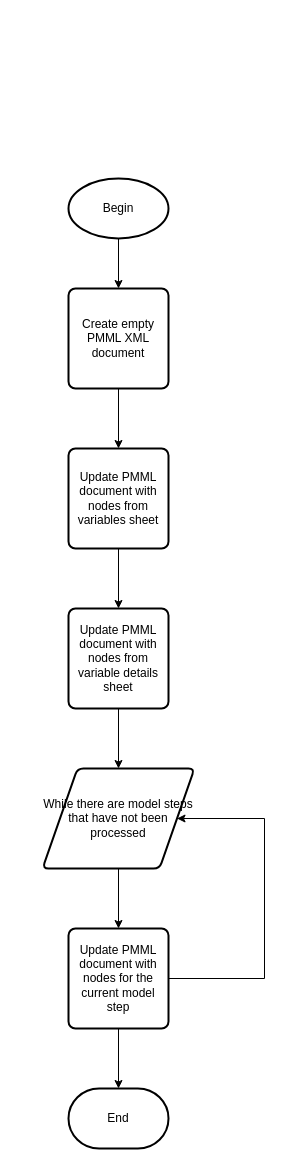
This is assets/specs/model-csv-to-pmml/basic-process.drawio from Big-Life-Lab/bllflow, a draw.io file, before an edit. Source tidied: cells renumbered, new cells numbered last; positions are measured from the earlier drawing's top-left corner, leaving out a move shared by most shapes. Both pictures are drawn from the tidied source at 100%, with x=0, y=0 at pixel (42, 178).
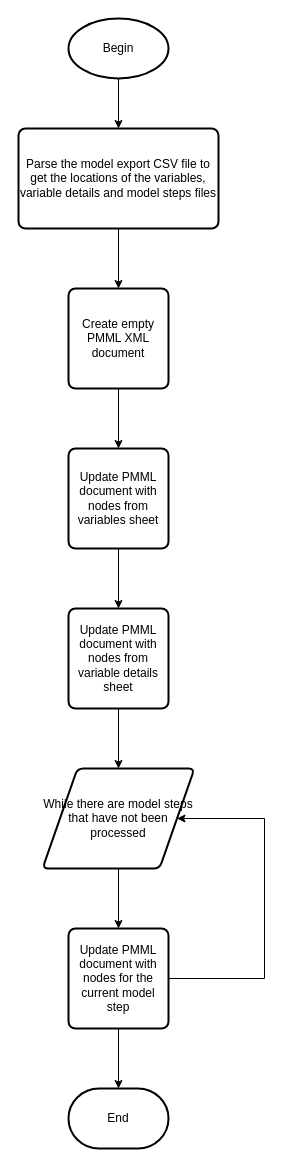
Above is the later version.

What changed in the source:
```diff
@@
 <mxGraphModel>
   <root>
     <mxCell id="0" />
     <mxCell id="1" parent="0" />
-    <mxCell id="2" style="edgeStyle=orthogonalEdgeStyle;rounded=0;jettySize=auto;html=1;" parent="1" edge="1" source="3" target="5">
-      <mxGeometry relative="1" as="geometry" />
-    </mxCell>
+    <mxCell id="16" style="edgeStyle=orthogonalEdgeStyle;rounded=0;jettySize=auto;html=1;" parent="1" edge="1" source="3" target="18">
+      <mxGeometry relative="1" as="geometry" />
+    </mxCell>
     <mxCell id="3" value="Begin" style="strokeWidth=2;html=1;shape=mxgraph.flowchart.start_1;whiteSpace=wrap;" parent="1" vertex="1">
-      <mxGeometry x="26" width="100" height="60" as="geometry" />
+      <mxGeometry x="26" y="-160" width="100" height="60" as="geometry" />
     </mxCell>
     <mxCell id="4" style="edgeStyle=orthogonalEdgeStyle;rounded=0;jettySize=auto;html=1;" parent="1" edge="1" source="5" target="7">
       <mxGeometry relative="1" as="geometry" />
     </mxCell>
     <mxCell id="5" value="Create empty PMML XML document" style="rounded=1;whiteSpace=wrap;html=1;absoluteArcSize=1;arcSize=14;strokeWidth=2;" parent="1" vertex="1">
       <mxGeometry x="26" y="110" width="100" height="100" as="geometry" />
     </mxCell>
     <mxCell id="6" style="edgeStyle=orthogonalEdgeStyle;rounded=0;jettySize=auto;html=1;" parent="1" edge="1" source="7" target="9">
       <mxGeometry relative="1" as="geometry" />
     </mxCell>
     <mxCell id="7" value="Update PMML document with nodes from variables sheet" style="rounded=1;whiteSpace=wrap;html=1;absoluteArcSize=1;arcSize=14;strokeWidth=2;" parent="1" vertex="1">
       <mxGeometry x="26" y="270" width="100" height="100" as="geometry" />
     </mxCell>
     <mxCell id="8" style="edgeStyle=orthogonalEdgeStyle;rounded=0;jettySize=auto;html=1;" parent="1" edge="1" source="9" target="11">
       <mxGeometry relative="1" as="geometry" />
     </mxCell>
     <mxCell id="9" value="Update PMML document with nodes from variable details sheet" style="rounded=1;whiteSpace=wrap;html=1;absoluteArcSize=1;arcSize=14;strokeWidth=2;" parent="1" vertex="1">
       <mxGeometry x="26" y="430" width="100" height="100" as="geometry" />
     </mxCell>
     <mxCell id="10" style="edgeStyle=orthogonalEdgeStyle;rounded=0;jettySize=auto;html=1;" parent="1" edge="1" source="11" target="14">
       <mxGeometry relative="1" as="geometry" />
     </mxCell>
     <mxCell id="11" value="While there are model steps that have not been processed" style="shape=parallelogram;html=1;strokeWidth=2;perimeter=parallelogramPerimeter;whiteSpace=wrap;rounded=1;arcSize=12;size=0.23;" parent="1" vertex="1">
       <mxGeometry y="590" width="152" height="100" as="geometry" />
     </mxCell>
     <mxCell id="12" style="edgeStyle=orthogonalEdgeStyle;rounded=0;jettySize=auto;html=1;entryX=1;entryY=0.5;entryDx=0;entryDy=0;" parent="1" edge="1" source="14" target="11">
       <mxGeometry relative="1" as="geometry">
         <Array as="points">
           <mxPoint x="222" y="800" />
           <mxPoint x="222" y="640" />
         </Array>
       </mxGeometry>
     </mxCell>
     <mxCell id="13" style="edgeStyle=orthogonalEdgeStyle;rounded=0;jettySize=auto;html=1;" parent="1" edge="1" source="14" target="15">
       <mxGeometry relative="1" as="geometry" />
     </mxCell>
     <mxCell id="14" value="Update PMML document with nodes for the current model step" style="rounded=1;whiteSpace=wrap;html=1;absoluteArcSize=1;arcSize=14;strokeWidth=2;" parent="1" vertex="1">
       <mxGeometry x="26" y="750" width="100" height="100" as="geometry" />
     </mxCell>
     <mxCell id="15" value="End" style="strokeWidth=2;html=1;shape=mxgraph.flowchart.terminator;whiteSpace=wrap;" parent="1" vertex="1">
       <mxGeometry x="26" y="910" width="100" height="60" as="geometry" />
     </mxCell>
+    <mxCell id="17" style="edgeStyle=orthogonalEdgeStyle;rounded=0;jettySize=auto;html=1;" parent="1" edge="1" source="18" target="5">
+      <mxGeometry relative="1" as="geometry" />
+    </mxCell>
+    <mxCell id="18" value="Parse the model export CSV file to get the locations of the variables, variable details and model steps files" style="rounded=1;whiteSpace=wrap;html=1;absoluteArcSize=1;arcSize=14;strokeWidth=2;" parent="1" vertex="1">
+      <mxGeometry x="-24" y="-50" width="200" height="100" as="geometry" />
+    </mxCell>
   </root>
 </mxGraphModel>
```
